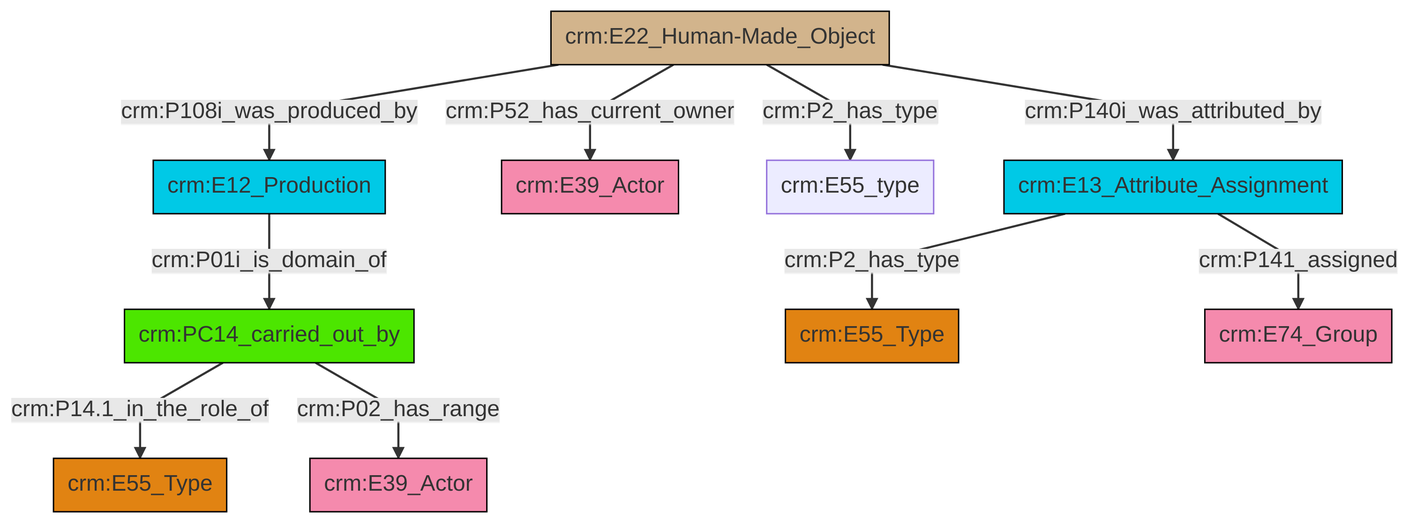
Earlier version of the Mermaid export et/builtWorkCSV/ttl/mmd/png/Built_Work_actor_relations.png (swiss-art-research-net/docs.swissartresearch). Its source is kept beside it as et/builtWorkCSV/ttl/mmd/Built_Work_actor_relations.ttl.mmd.
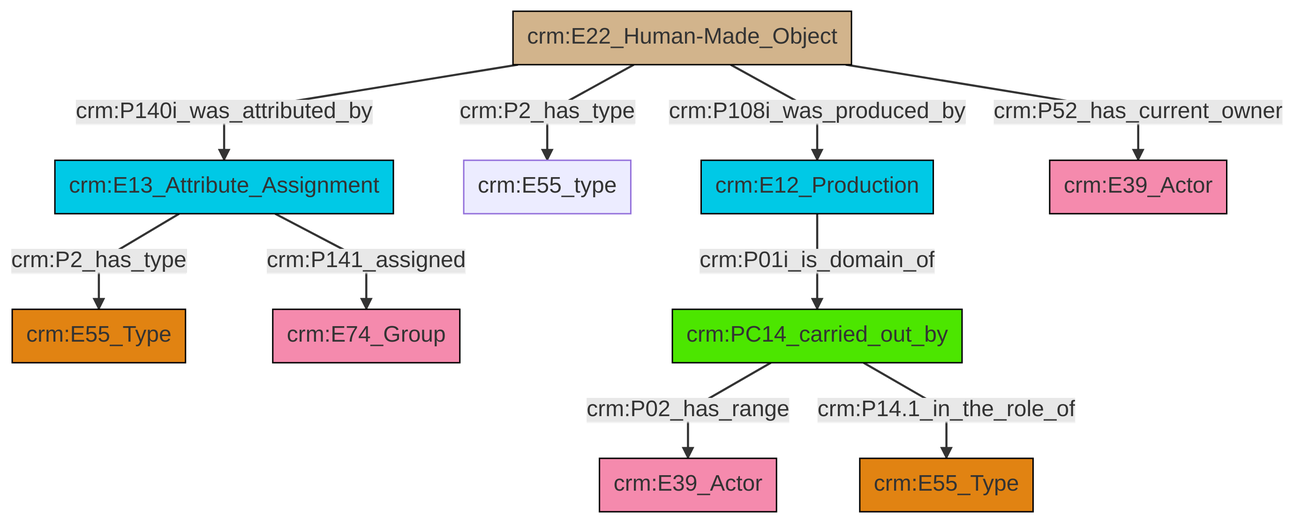
Above is the later version.

Diff of the diagram source:
```diff
@@ -13,12 +13,12 @@
 classDef PC_Classes fill:#4ce600, stroke:#000000;
 classDef Multi fill:#cccccc,stroke:#000000;
 
-0["crm:PC14_carried_out_by"]:::PC_Classes -->|crm:P14.1_in_the_role_of| 1["crm:E55_Type"]:::Type
-4["crm:E22_Human-Made_Object"]:::Physical_Thing -->|crm:P108i_was_produced_by| 5["crm:E12_Production"]:::Temporal_Entity
-4["crm:E22_Human-Made_Object"]:::Physical_Thing -->|crm:P52_has_current_owner| 6["crm:E39_Actor"]:::Actor
-0["crm:PC14_carried_out_by"]:::PC_Classes -->|crm:P02_has_range| 7["crm:E39_Actor"]:::Actor
-4["crm:E22_Human-Made_Object"]:::Physical_Thing -->|crm:P2_has_type| 10["crm:E55_type"]:::Default
-12["crm:E13_Attribute_Assignment"]:::Temporal_Entity -->|crm:P141_assigned| 8["crm:E74_Group"]:::Actor
-5["crm:E12_Production"]:::Temporal_Entity -->|crm:P01i_is_domain_of| 0["crm:PC14_carried_out_by"]:::PC_Classes
-12["crm:E13_Attribute_Assignment"]:::Temporal_Entity -->|crm:P2_has_type| 2["crm:E55_Type"]:::Type
-4["crm:E22_Human-Made_Object"]:::Physical_Thing -->|crm:P140i_was_attributed_by| 12["crm:E13_Attribute_Assignment"]:::Temporal_Entity
+6["crm:E22_Human-Made_Object"]:::Physical_Thing -->|crm:P108i_was_produced_by| 2["crm:E12_Production"]:::Temporal_Entity
+6["crm:E22_Human-Made_Object"]:::Physical_Thing -->|crm:P2_has_type| 10["crm:E55_type"]:::Default
+11["crm:E13_Attribute_Assignment"]:::Temporal_Entity -->|crm:P2_has_type| 0["crm:E55_Type"]:::Type
+2["crm:E12_Production"]:::Temporal_Entity -->|crm:P01i_is_domain_of| 12["crm:PC14_carried_out_by"]:::PC_Classes
+12["crm:PC14_carried_out_by"]:::PC_Classes -->|crm:P02_has_range| 18["crm:E39_Actor"]:::Actor
+6["crm:E22_Human-Made_Object"]:::Physical_Thing -->|crm:P140i_was_attributed_by| 11["crm:E13_Attribute_Assignment"]:::Temporal_Entity
+6["crm:E22_Human-Made_Object"]:::Physical_Thing -->|crm:P52_has_current_owner| 14["crm:E39_Actor"]:::Actor
+11["crm:E13_Attribute_Assignment"]:::Temporal_Entity -->|crm:P141_assigned| 4["crm:E74_Group"]:::Actor
+12["crm:PC14_carried_out_by"]:::PC_Classes -->|crm:P14.1_in_the_role_of| 8["crm:E55_Type"]:::Type
```
